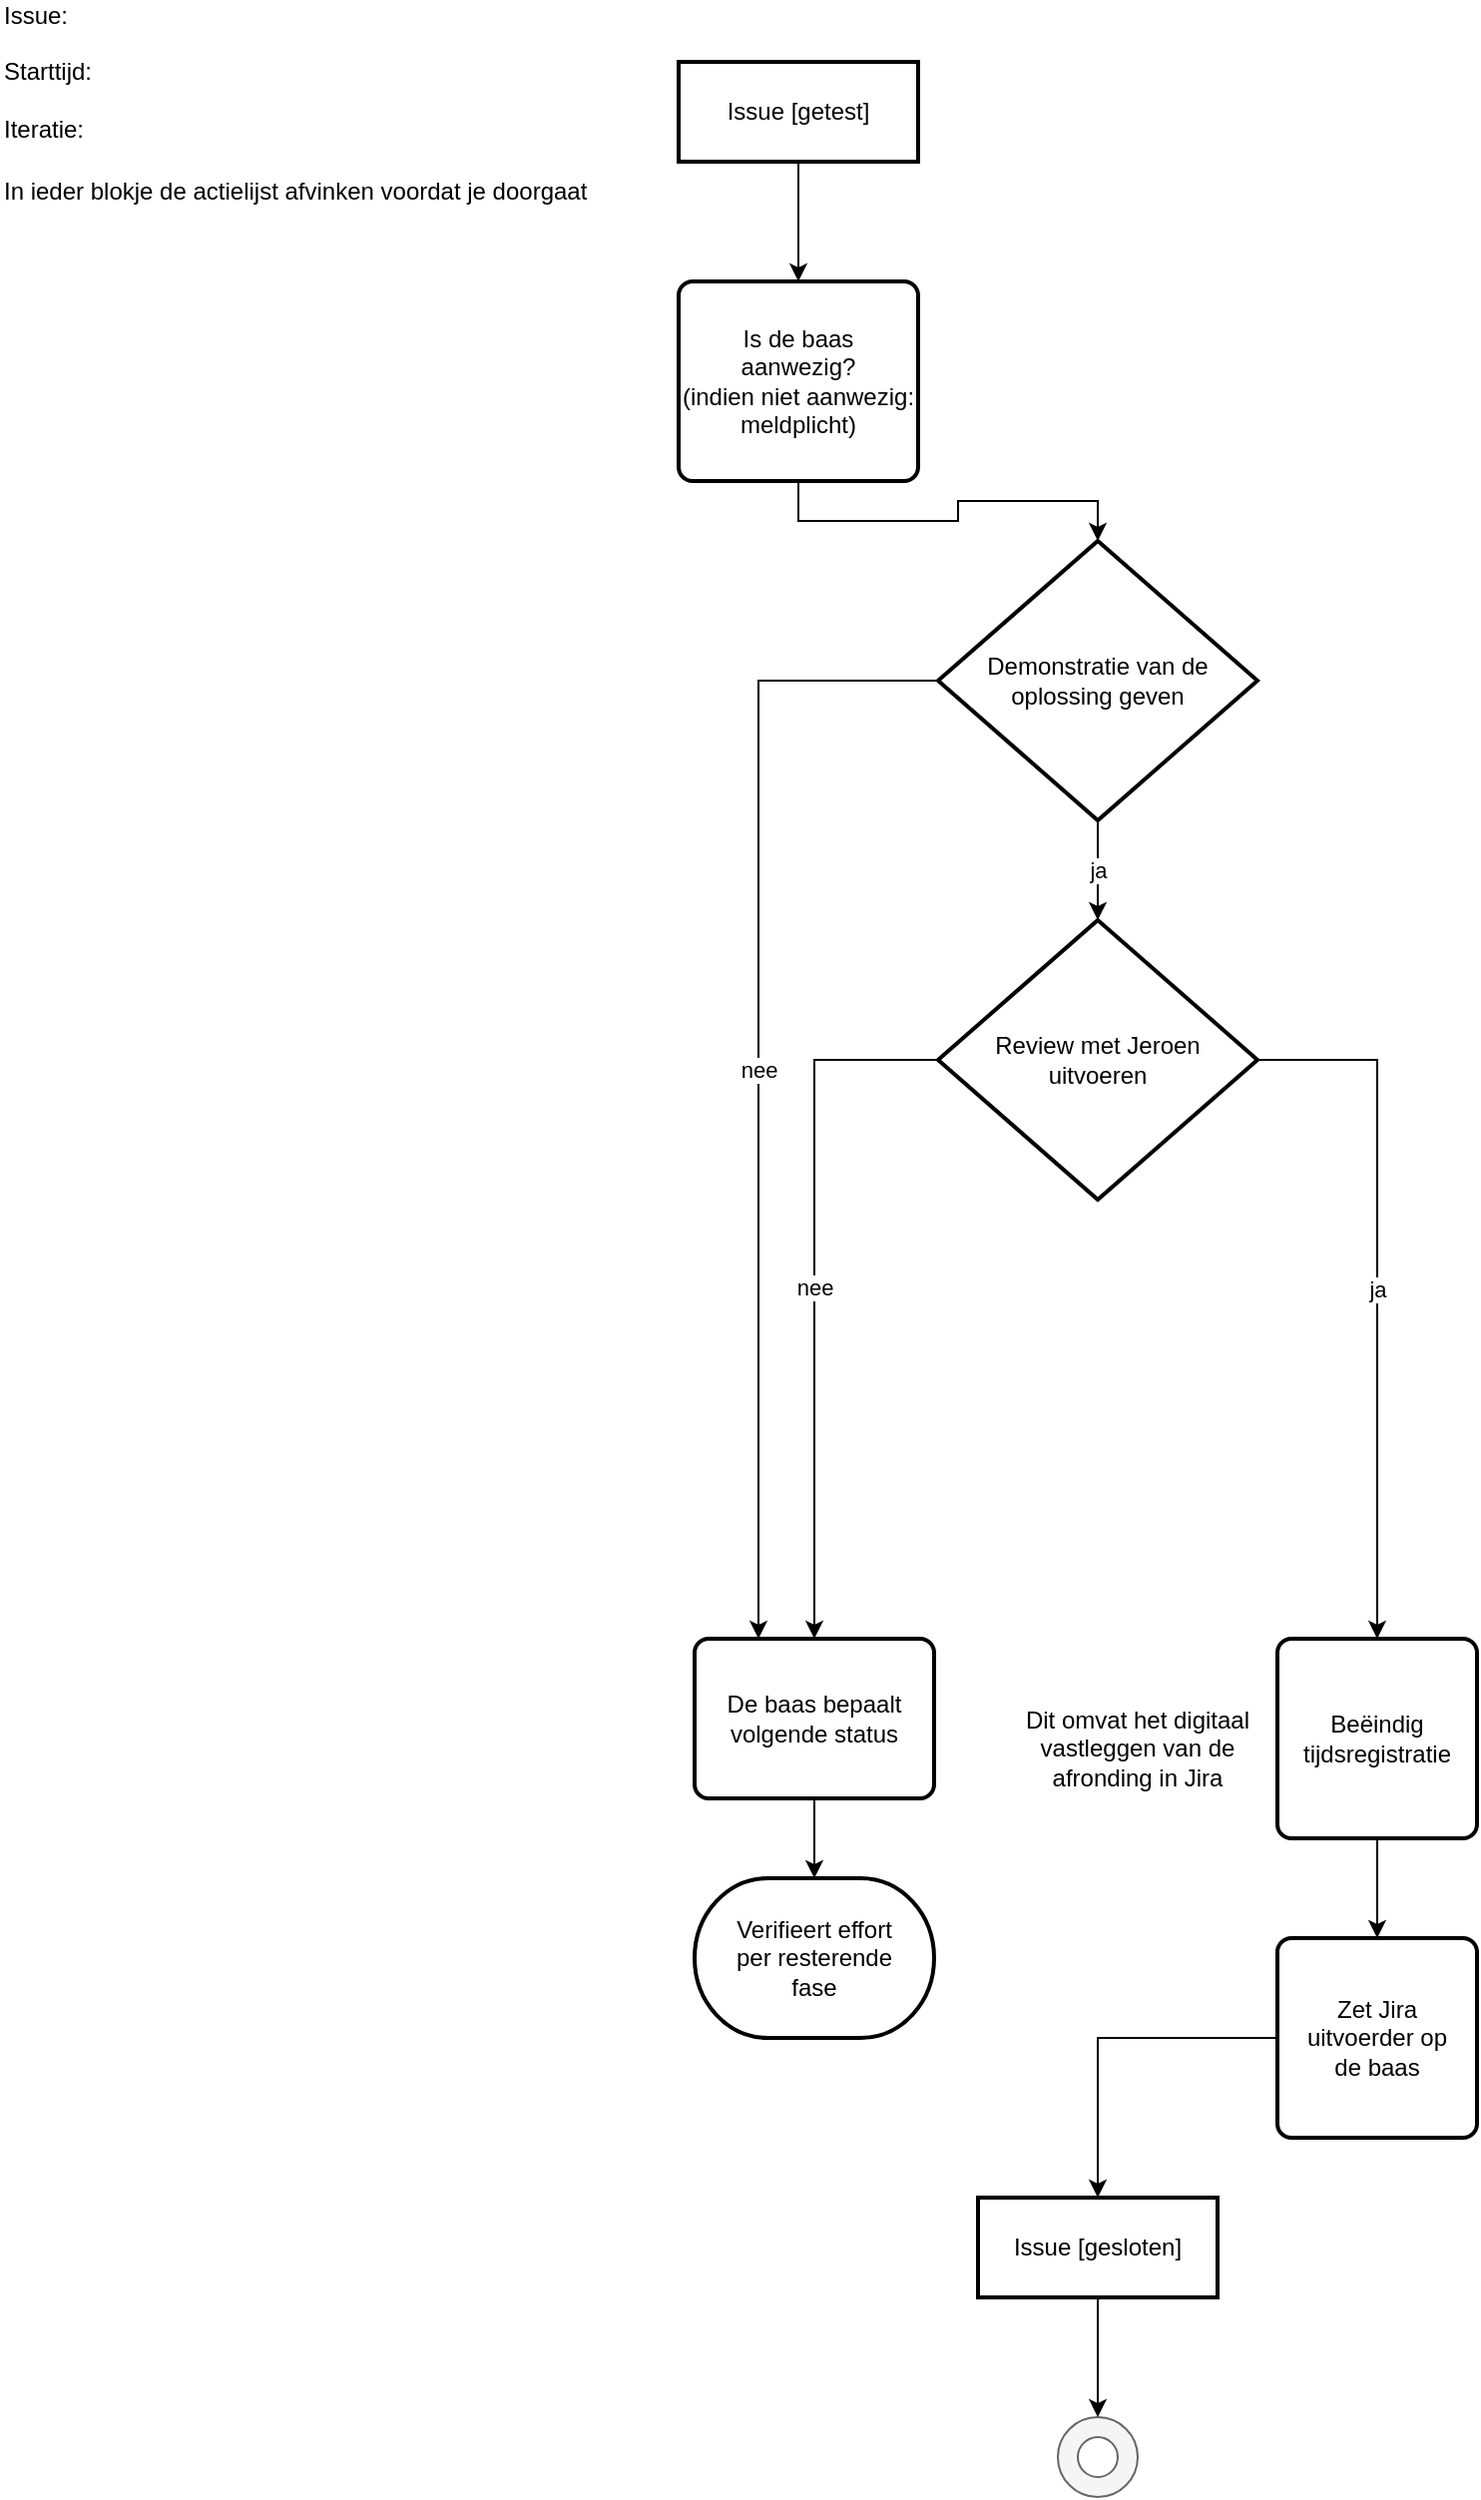
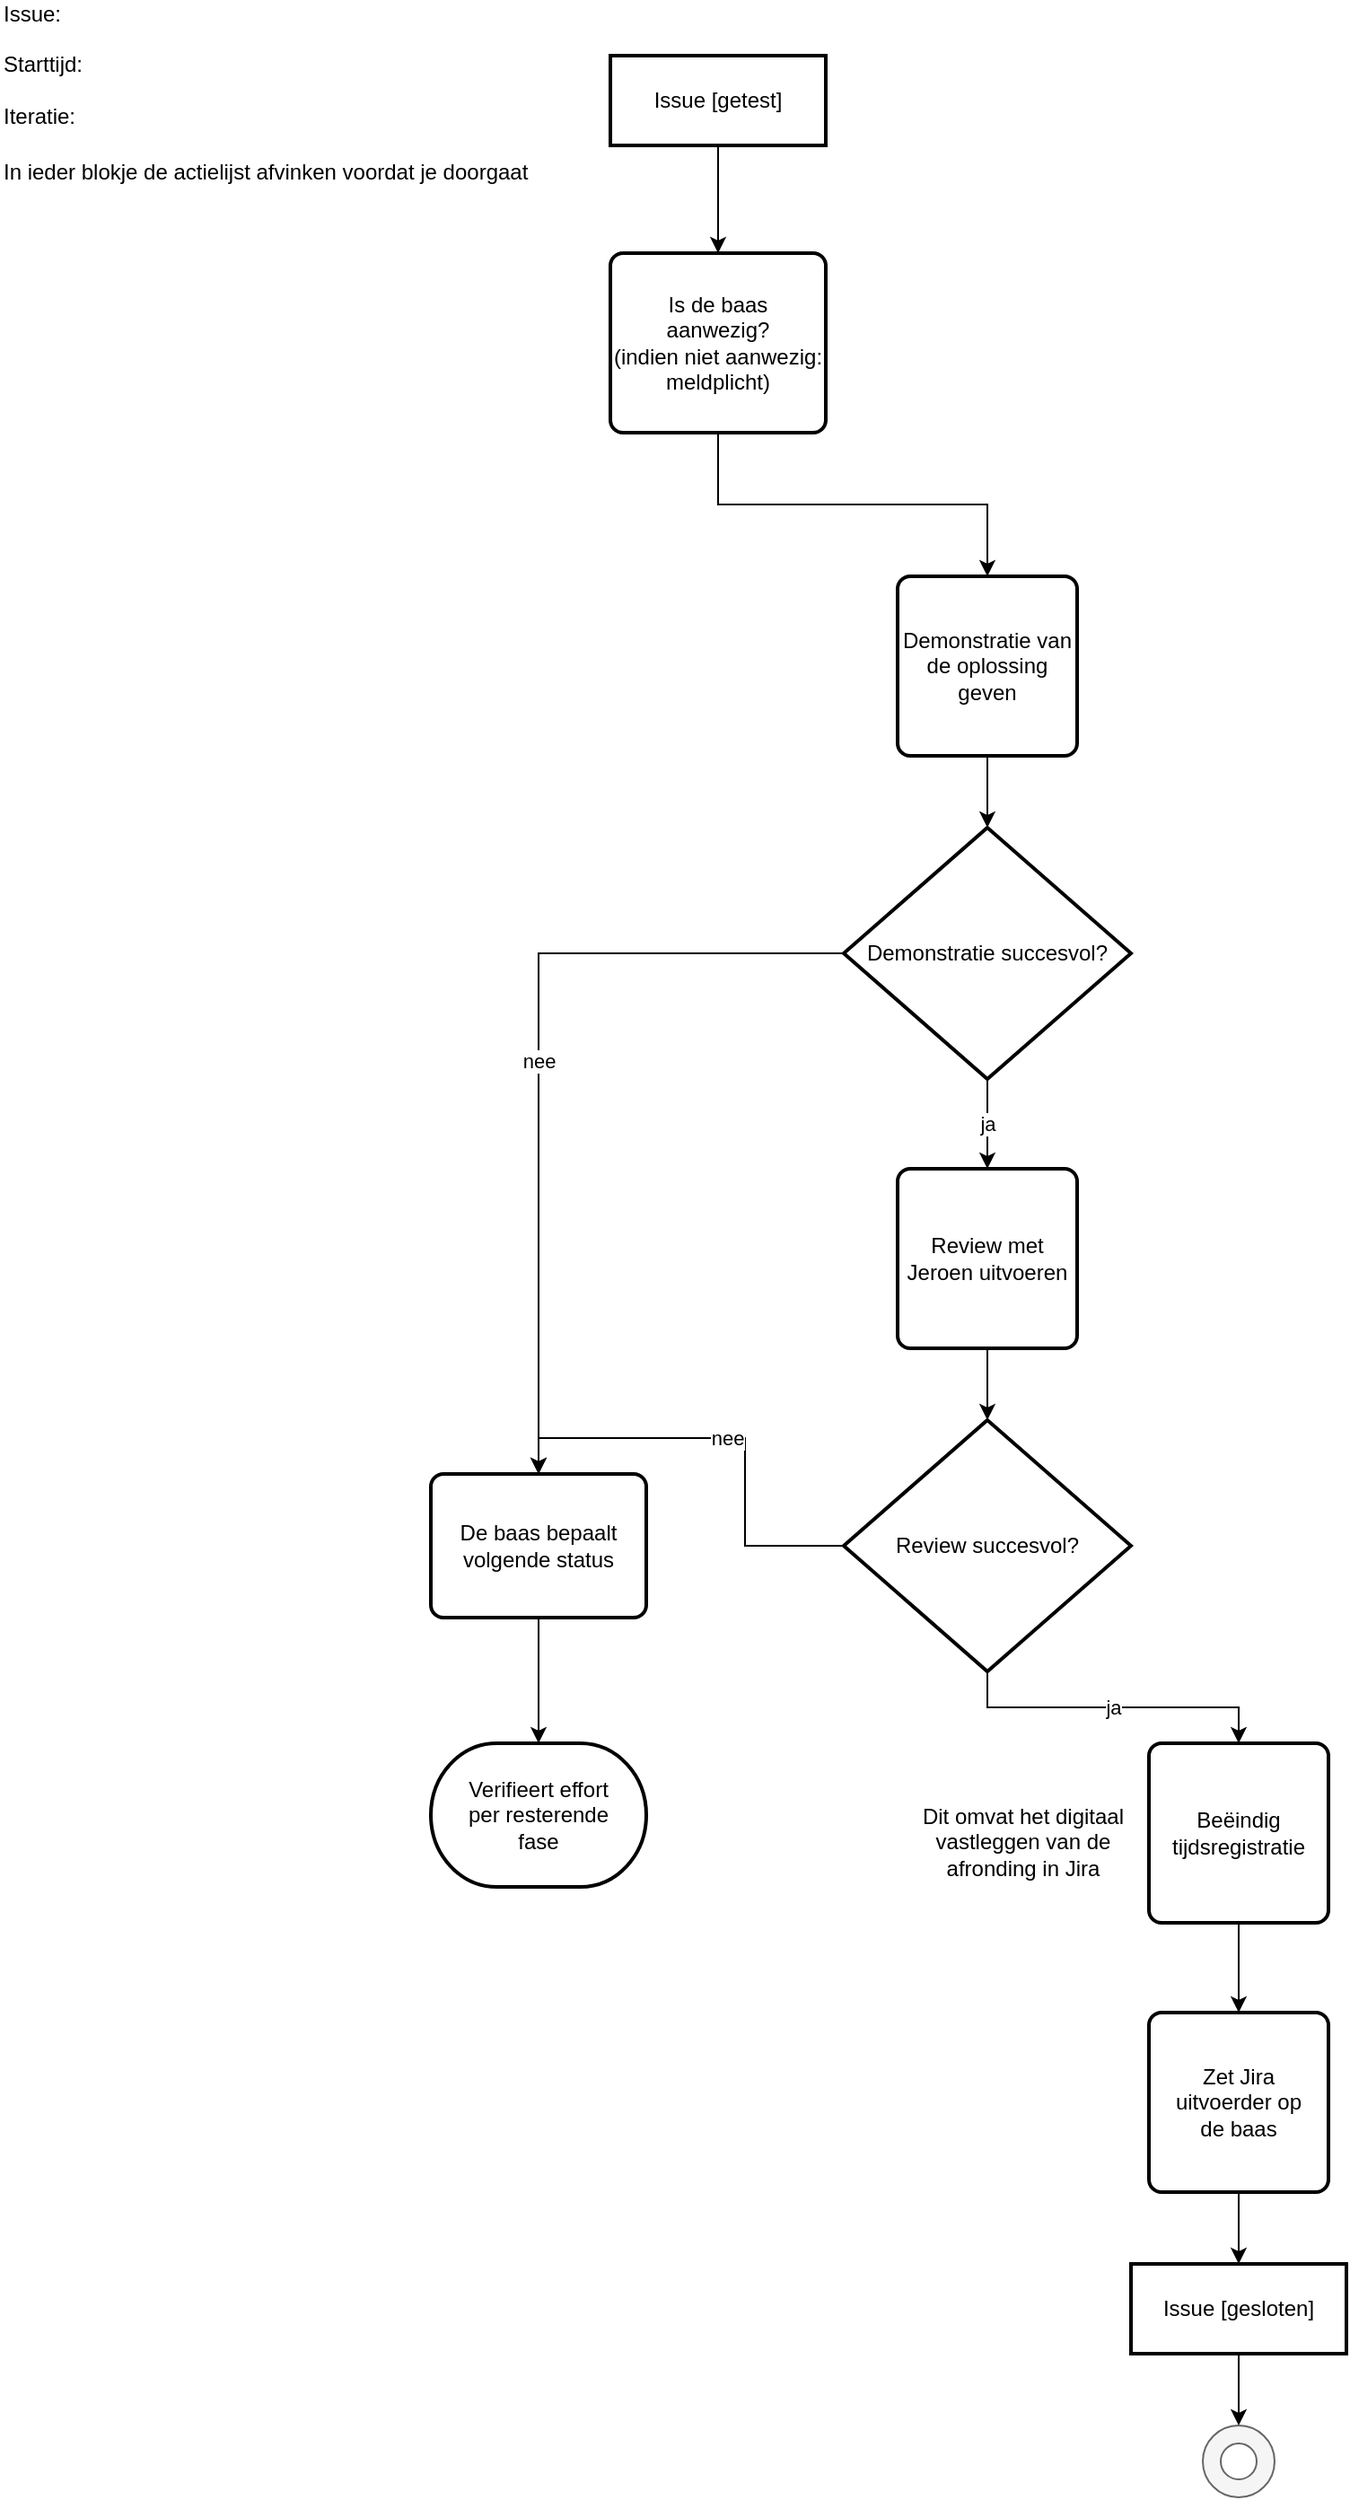
<mxfile host="Electron" agent="Mozilla/5.0 (Windows NT 10.0; Win64; x64) AppleWebKit/537.36 (KHTML, like Gecko) Chrome/143.0.0.0 Safari/537.36">
  <diagram name="Page-1" id="OA8Psgw5BU6XrezAwxYp">
-     <mxGraphModel dx="1825" dy="1248" grid="1" gridSize="10" guides="1" tooltips="1" connect="1" arrows="1" fold="1" page="1" pageScale="1" pageWidth="827" pageHeight="1169" math="0" shadow="0">
+     <mxGraphModel dx="1420" dy="970" grid="1" gridSize="10" guides="1" tooltips="1" connect="1" arrows="1" fold="1" page="1" pageScale="1" pageWidth="827" pageHeight="1169" math="0" shadow="0">
      <root>
        <mxCell id="0" />
        <mxCell id="1" parent="0" />
        <mxCell id="mpQzUtWff58q1bPTKcpG-1" edge="1" parent="1" source="mpQzUtWff58q1bPTKcpG-2" style="edgeStyle=orthogonalEdgeStyle;rounded=0;orthogonalLoop=1;jettySize=auto;html=1;entryX=0.5;entryY=0;entryDx=0;entryDy=0;" target="mpQzUtWff58q1bPTKcpG-4" value="">
          <mxGeometry relative="1" as="geometry" />
        </mxCell>
        <object label="Issue [getest]" Action="1001" id="mpQzUtWff58q1bPTKcpG-2">
          <mxCell parent="1" style="rounded=0;whiteSpace=wrap;html=1;strokeWidth=2;" vertex="1">
            <mxGeometry height="50" width="120" x="350" y="40" as="geometry" />
          </mxCell>
        </object>
        <mxCell id="mpQzUtWff58q1bPTKcpG-3" edge="1" parent="1" source="mpQzUtWff58q1bPTKcpG-4" style="edgeStyle=orthogonalEdgeStyle;rounded=0;orthogonalLoop=1;jettySize=auto;html=1;exitX=0.5;exitY=1;exitDx=0;exitDy=0;entryX=0.5;entryY=0;entryDx=0;entryDy=0;" target="mpQzUtWff58q1bPTKcpG-18">
          <mxGeometry relative="1" as="geometry" />
        </mxCell>
        <object label="Is de baas&lt;br&gt;aanwezig?&lt;br&gt;(indien niet aanwezig:&lt;br&gt;meldplicht)" Action="1002" id="mpQzUtWff58q1bPTKcpG-4">
          <mxCell parent="1" style="rounded=1;whiteSpace=wrap;html=1;absoluteArcSize=1;arcSize=14;strokeWidth=2;" vertex="1">
            <mxGeometry height="100" width="120" x="350" y="150" as="geometry" />
          </mxCell>
        </object>
-         <object label="De baas bepaalt&lt;br&gt;volgende status" Action="1007F" id="mpQzUtWff58q1bPTKcpG-14">
+         <mxCell id="edge_demo_to_demo_success" edge="1" parent="1" source="mpQzUtWff58q1bPTKcpG-18" style="edgeStyle=orthogonalEdgeStyle;rounded=0;orthogonalLoop=1;jettySize=auto;html=1;exitX=0.5;exitY=1;exitDx=0;exitDy=0;entryX=0.5;entryY=0;entryDx=0;entryDy=0;" target="node_demo_succesvol">
+           <mxGeometry relative="1" as="geometry" />
+         </mxCell>
+         <object label="Demonstratie van de oplossing geven" Action="1004" id="mpQzUtWff58q1bPTKcpG-18">
          <mxCell parent="1" style="rounded=1;whiteSpace=wrap;html=1;absoluteArcSize=1;arcSize=14;strokeWidth=2;" vertex="1">
-             <mxGeometry height="80" width="120" x="358" y="830" as="geometry" />
+             <mxGeometry height="100" width="100" x="510" y="330" as="geometry" />
          </mxCell>
        </object>
-         <mxCell id="mpQzUtWff58q1bPTKcpG-17" edge="1" parent="1" source="mpQzUtWff58q1bPTKcpG-18" style="edgeStyle=orthogonalEdgeStyle;rounded=0;orthogonalLoop=1;jettySize=auto;html=1;exitX=0.5;exitY=1;exitDx=0;exitDy=0;entryX=0.5;entryY=0;entryDx=0;entryDy=0;" target="mpQzUtWff58q1bPTKcpG-28" value="ja">
+         <mxCell id="edge_demo_success_ja" edge="1" parent="1" source="node_demo_succesvol" style="edgeStyle=orthogonalEdgeStyle;rounded=0;orthogonalLoop=1;jettySize=auto;html=1;exitX=0.5;exitY=1;exitDx=0;exitDy=0;entryX=0.5;entryY=0;entryDx=0;entryDy=0;" target="mpQzUtWff58q1bPTKcpG-28" value="ja">
          <mxGeometry relative="1" as="geometry" />
        </mxCell>
-         <mxCell id="mpQzUtWff58q1bPTKcpG-17_nee" edge="1" parent="1" source="mpQzUtWff58q1bPTKcpG-18" style="edgeStyle=orthogonalEdgeStyle;rounded=0;orthogonalLoop=1;jettySize=auto;html=1;exitX=0;exitY=0.5;exitDx=0;exitDy=0;" value="nee">
-           <mxGeometry relative="1" as="geometry">
-             <Array as="points">
-               <mxPoint x="390" y="350" />
-             </Array>
-             <mxPoint x="390" y="830" as="targetPoint" />
-           </mxGeometry>
+         <mxCell id="edge_demo_success_nee" edge="1" parent="1" source="node_demo_succesvol" style="edgeStyle=orthogonalEdgeStyle;rounded=0;orthogonalLoop=1;jettySize=auto;html=1;exitX=0;exitY=0.5;exitDx=0;exitDy=0;entryX=0.5;entryY=0;entryDx=0;entryDy=0;" target="mpQzUtWff58q1bPTKcpG-14" value="nee">
+           <mxGeometry relative="1" as="geometry" />
        </mxCell>
-         <object label="Demonstratie van de oplossing geven" Action="1004" id="mpQzUtWff58q1bPTKcpG-18">
+         <object label="Demonstratie succesvol?" Action="1009" id="node_demo_succesvol">
          <mxCell parent="1" style="strokeWidth=2;html=1;shape=mxgraph.flowchart.decision;whiteSpace=wrap;" vertex="1">
-             <mxGeometry height="140" width="160" x="480" y="280" as="geometry" />
+             <mxGeometry height="140" width="160" x="480" y="470" as="geometry" />
+           </mxCell>
+         </object>
+         <mxCell id="edge_review_to_review_success" edge="1" parent="1" source="mpQzUtWff58q1bPTKcpG-28" style="edgeStyle=orthogonalEdgeStyle;rounded=0;orthogonalLoop=1;jettySize=auto;html=1;exitX=0.5;exitY=1;exitDx=0;exitDy=0;entryX=0.5;entryY=0;entryDx=0;entryDy=0;" target="node_review_succesvol">
+           <mxGeometry relative="1" as="geometry" />
+         </mxCell>
+         <object label="Review met Jeroen uitvoeren" Action="1005" id="mpQzUtWff58q1bPTKcpG-28">
+           <mxCell parent="1" style="rounded=1;whiteSpace=wrap;html=1;absoluteArcSize=1;arcSize=14;strokeWidth=2;" vertex="1">
+             <mxGeometry height="100" width="100" x="510" y="660" as="geometry" />
+           </mxCell>
+         </object>
+         <mxCell id="edge_review_success_ja" edge="1" parent="1" source="node_review_succesvol" style="edgeStyle=orthogonalEdgeStyle;rounded=0;orthogonalLoop=1;jettySize=auto;html=1;exitX=0.5;exitY=1;exitDx=0;exitDy=0;entryX=0.5;entryY=0;entryDx=0;entryDy=0;" target="mpQzUtWff58q1bPTKcpG-20" value="ja">
+           <mxGeometry relative="1" as="geometry" />
+         </mxCell>
+         <mxCell id="edge_review_success_nee" edge="1" parent="1" source="node_review_succesvol" style="edgeStyle=orthogonalEdgeStyle;rounded=0;orthogonalLoop=1;jettySize=auto;html=1;exitX=0;exitY=0.5;exitDx=0;exitDy=0;entryX=0.5;entryY=0;entryDx=0;entryDy=0;" target="mpQzUtWff58q1bPTKcpG-14" value="nee">
+           <mxGeometry relative="1" as="geometry" />
+         </mxCell>
+         <object label="Review succesvol?" Action="1010" id="node_review_succesvol">
+           <mxCell parent="1" style="strokeWidth=2;html=1;shape=mxgraph.flowchart.decision;whiteSpace=wrap;" vertex="1">
+             <mxGeometry height="140" width="160" x="480" y="800" as="geometry" />
          </mxCell>
        </object>
        <mxCell id="mpQzUtWff58q1bPTKcpG-19" edge="1" parent="1" source="mpQzUtWff58q1bPTKcpG-20" style="edgeStyle=orthogonalEdgeStyle;rounded=0;orthogonalLoop=1;jettySize=auto;html=1;" target="mpQzUtWff58q1bPTKcpG-22" value="">
          <mxGeometry relative="1" as="geometry" />
        </mxCell>
        <object label="Beëindig&lt;br&gt;tijdsregistratie" Action="1007T" id="mpQzUtWff58q1bPTKcpG-20">
          <mxCell parent="1" style="rounded=1;whiteSpace=wrap;html=1;absoluteArcSize=1;arcSize=14;strokeWidth=2;" vertex="1">
-             <mxGeometry height="100" width="100" x="650" y="830" as="geometry" />
+             <mxGeometry height="100" width="100" x="650" y="980" as="geometry" />
          </mxCell>
        </object>
        <mxCell id="mpQzUtWff58q1bPTKcpG-21" parent="1" style="text;html=1;whiteSpace=wrap;strokeColor=none;fillColor=none;align=center;verticalAlign=middle;rounded=0;" value="Dit omvat het digitaal vastleggen van de afronding in Jira" vertex="1">
-           <mxGeometry height="30" width="120" x="520" y="870" as="geometry" />
+           <mxGeometry height="30" width="120" x="520" y="1020" as="geometry" />
        </mxCell>
        <object label="Zet Jira&lt;br&gt;uitvoerder op&lt;br&gt;de baas" Action="1008" id="mpQzUtWff58q1bPTKcpG-22">
          <mxCell parent="1" style="rounded=1;whiteSpace=wrap;html=1;absoluteArcSize=1;arcSize=14;strokeWidth=2;" vertex="1">
-             <mxGeometry height="100" width="100" x="650" y="980" as="geometry" />
+             <mxGeometry height="100" width="100" x="650" y="1130" as="geometry" />
          </mxCell>
        </object>
-         <mxCell id="mpQzUtWff58q1bPTKcpG-23" parent="1" style="verticalLabelPosition=bottom;verticalAlign=top;html=1;shape=mxgraph.basic.donut;dx=10;fillColor=#f5f5f5;strokeColor=#666666;fontColor=#333333;" value="" vertex="1">
-           <mxGeometry height="40" width="40" x="540" y="1220" as="geometry" />
-         </mxCell>
-         <mxCell id="mpQzUtWff58q1bPTKcpG-24" edge="1" parent="1" source="mpQzUtWff58q1bPTKcpG-22" style="edgeStyle=orthogonalEdgeStyle;rounded=0;orthogonalLoop=1;jettySize=auto;html=1;exitX=0;exitY=0.5;exitDx=0;exitDy=0;entryX=0.5;entryY=0;entryDx=0;entryDy=0;" target="object_final_gesloten">
+         <mxCell id="mpQzUtWff58q1bPTKcpG-24" edge="1" parent="1" source="mpQzUtWff58q1bPTKcpG-22" style="edgeStyle=orthogonalEdgeStyle;rounded=0;orthogonalLoop=1;jettySize=auto;html=1;exitX=0.5;exitY=1;exitDx=0;exitDy=0;entryX=0.5;entryY=0;entryDx=0;entryDy=0;" target="object_final_gesloten">
          <mxGeometry relative="1" as="geometry" />
        </mxCell>
        <object label="Issue [gesloten]" id="object_final_gesloten">
          <mxCell parent="1" style="rounded=0;whiteSpace=wrap;html=1;strokeWidth=2;" vertex="1">
-             <mxGeometry height="50" width="120" x="500" y="1110" as="geometry" />
+             <mxGeometry height="50" width="120" x="640" y="1270" as="geometry" />
          </mxCell>
        </object>
-         <mxCell id="edge_gesloten_to_final" edge="1" parent="1" source="object_final_gesloten" style="edgeStyle=orthogonalEdgeStyle;rounded=0;orthogonalLoop=1;jettySize=auto;html=1;" target="mpQzUtWff58q1bPTKcpG-23" value="">
+         <mxCell id="edge_gesloten_to_final" edge="1" parent="1" source="object_final_gesloten" style="edgeStyle=orthogonalEdgeStyle;rounded=0;orthogonalLoop=1;jettySize=auto;html=1;exitX=0.5;exitY=1;exitDx=0;exitDy=0;entryX=0.5;entryY=0;entryDx=0;entryDy=0;" target="mpQzUtWff58q1bPTKcpG-23" value="">
          <mxGeometry relative="1" as="geometry" />
        </mxCell>
+         <mxCell id="mpQzUtWff58q1bPTKcpG-23" parent="1" style="verticalLabelPosition=bottom;verticalAlign=top;html=1;shape=mxgraph.basic.donut;dx=10;fillColor=#f5f5f5;strokeColor=#666666;fontColor=#333333;" value="" vertex="1">
+           <mxGeometry height="40" width="40" x="680" y="1360" as="geometry" />
+         </mxCell>
+         <object label="De baas bepaalt&lt;br&gt;volgende status" Action="1007F" id="mpQzUtWff58q1bPTKcpG-14">
+           <mxCell parent="1" style="rounded=1;whiteSpace=wrap;html=1;absoluteArcSize=1;arcSize=14;strokeWidth=2;" vertex="1">
+             <mxGeometry height="80" width="120" x="250" y="830" as="geometry" />
+           </mxCell>
+         </object>
+         <mxCell id="mpQzUtWff58q1bPTKcpG-34" edge="1" parent="1" source="mpQzUtWff58q1bPTKcpG-14" style="edgeStyle=orthogonalEdgeStyle;rounded=0;orthogonalLoop=1;jettySize=auto;html=1;exitX=0.5;exitY=1;exitDx=0;exitDy=0;entryX=0.5;entryY=0;entryDx=0;entryDy=0;" target="mpQzUtWff58q1bPTKcpG-33">
+           <mxGeometry relative="1" as="geometry" />
+         </mxCell>
+         <object label="Verifieert effort&lt;br&gt;per resterende&lt;br&gt;fase" Action="1007G" id="mpQzUtWff58q1bPTKcpG-33">
+           <mxCell parent="1" style="strokeWidth=2;html=1;shape=mxgraph.flowchart.terminator;whiteSpace=wrap;" vertex="1">
+             <mxGeometry height="80" width="120" x="250" y="980" as="geometry" />
+           </mxCell>
+         </object>
        <mxCell id="mpQzUtWff58q1bPTKcpG-25" parent="1" style="text;html=1;align=left;verticalAlign=middle;whiteSpace=wrap;rounded=0;" value="Issue:&amp;nbsp; &amp;nbsp;&lt;br&gt;&lt;br&gt;Starttijd:&lt;br&gt;&lt;br&gt;Iteratie:&amp;nbsp;" vertex="1">
          <mxGeometry height="30" width="60" x="10" y="30" as="geometry" />
        </mxCell>
        <mxCell id="mpQzUtWff58q1bPTKcpG-26" parent="1" style="text;html=1;whiteSpace=wrap;strokeColor=none;fillColor=none;align=left;verticalAlign=middle;rounded=0;labelPosition=center;verticalLabelPosition=middle;" value="In ieder blokje de actielijst afvinken voordat je doorgaat" vertex="1">
          <mxGeometry height="30" width="300" x="10" y="90" as="geometry" />
        </mxCell>
-         <mxCell id="mpQzUtWff58q1bPTKcpG-27" edge="1" parent="1" source="mpQzUtWff58q1bPTKcpG-28" style="edgeStyle=orthogonalEdgeStyle;rounded=0;orthogonalLoop=1;jettySize=auto;html=1;exitX=1;exitY=0.5;exitDx=0;exitDy=0;entryX=0.5;entryY=0;entryDx=0;entryDy=0;" target="mpQzUtWff58q1bPTKcpG-20" value="ja">
-           <mxGeometry relative="1" as="geometry" />
-         </mxCell>
-         <mxCell id="mpQzUtWff58q1bPTKcpG-27_nee" edge="1" parent="1" source="mpQzUtWff58q1bPTKcpG-28" style="edgeStyle=orthogonalEdgeStyle;rounded=0;orthogonalLoop=1;jettySize=auto;html=1;exitX=0;exitY=0.5;exitDx=0;exitDy=0;entryX=0.5;entryY=0;entryDx=0;entryDy=0;" target="mpQzUtWff58q1bPTKcpG-14" value="nee">
-           <mxGeometry relative="1" as="geometry" />
-         </mxCell>
-         <object label="Review met Jeroen&lt;div&gt;uitvoeren&lt;/div&gt;" Action="1005" id="mpQzUtWff58q1bPTKcpG-28">
-           <mxCell parent="1" style="strokeWidth=2;html=1;shape=mxgraph.flowchart.decision;whiteSpace=wrap;" vertex="1">
-             <mxGeometry height="140" width="160" x="480" y="470" as="geometry" />
-           </mxCell>
-         </object>
-         <object label="Verifieert effort&lt;br&gt;per resterende&lt;br&gt;fase" Action="1007G" id="mpQzUtWff58q1bPTKcpG-33">
-           <mxCell parent="1" style="strokeWidth=2;html=1;shape=mxgraph.flowchart.terminator;whiteSpace=wrap;" vertex="1">
-             <mxGeometry height="80" width="120" x="358" y="950" as="geometry" />
-           </mxCell>
-         </object>
-         <mxCell id="mpQzUtWff58q1bPTKcpG-34" edge="1" parent="1" source="mpQzUtWff58q1bPTKcpG-14" style="edgeStyle=orthogonalEdgeStyle;rounded=0;orthogonalLoop=1;jettySize=auto;html=1;exitX=0.5;exitY=1;exitDx=0;exitDy=0;entryX=0.5;entryY=0;entryDx=0;entryDy=0;" target="mpQzUtWff58q1bPTKcpG-33">
-           <mxGeometry relative="1" as="geometry" />
-         </mxCell>
      </root>
    </mxGraphModel>
  </diagram>
- </mxfile>
+ </mxfile>